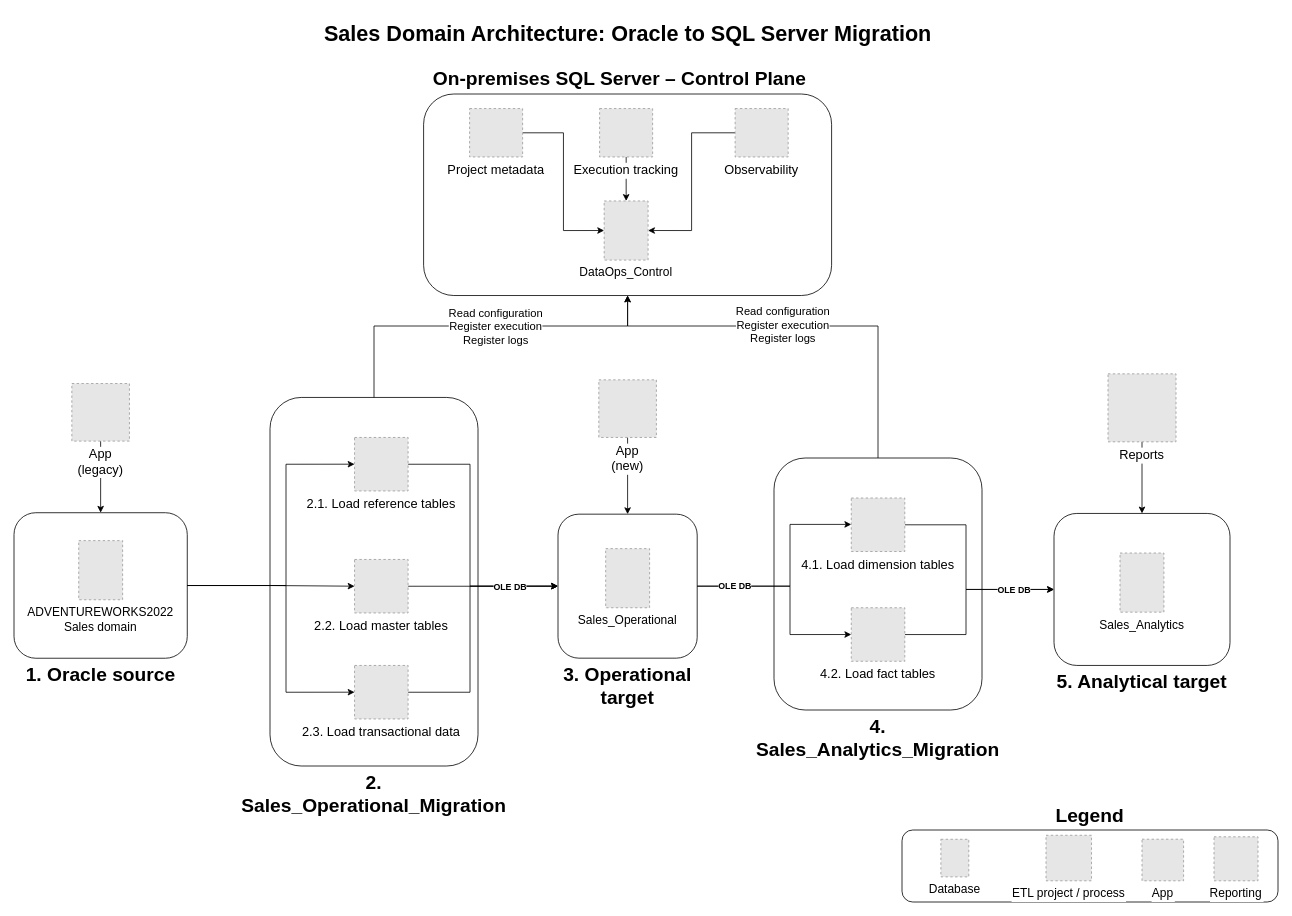
Earlier version of the draw.io diagram on_premise/oracle_mssql_migration/docs/diagrams/data_processing_design.drawio (WilderJoseth/data-engineering-projects). Source tidied: cells renumbered, new cells numbered last; positions are measured from the earlier drawing's top-left corner, leaving out a move shared by most shapes. Both pictures are drawn from the tidied source at 80%, with x=0, y=0 at pixel (14, 14). Pictures stored in the file or linked from it are replaced by grey dashed boxes.
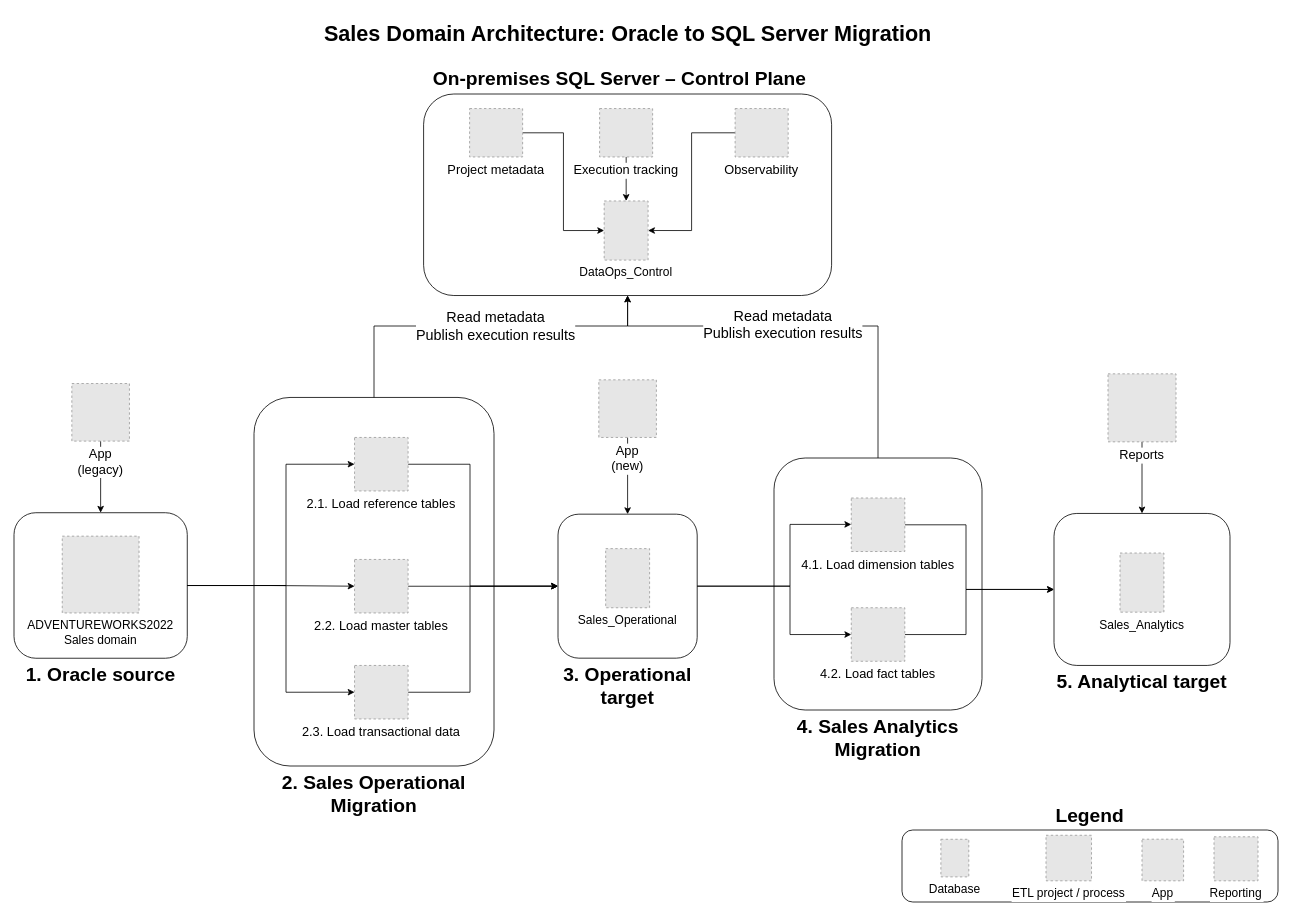
After the change.

Unchanged cells that the change refers to:
```xml
<mxCell id="17" style="edgeStyle=orthogonalEdgeStyle;rounded=0;jettySize=auto;html=1;entryX=0.5;entryY=1;entryDx=0;entryDy=0;" parent="1" edge="1" source="19" target="8">
  <mxGeometry relative="1" as="geometry">
    <Array as="points">
      <mxPoint x="450" y="390" />
      <mxPoint x="767" y="390" />
    </Array>
  </mxGeometry>
</mxCell>
<mxCell id="24" style="edgeStyle=orthogonalEdgeStyle;rounded=0;jettySize=auto;html=1;entryX=0;entryY=0.5;entryDx=0;entryDy=0;" parent="1" edge="1" source="26" target="39">
  <mxGeometry relative="1" as="geometry">
    <Array as="points">
      <mxPoint x="570" y="848" />
      <mxPoint x="570" y="715" />
    </Array>
  </mxGeometry>
</mxCell>
<mxCell id="37" style="edgeStyle=orthogonalEdgeStyle;rounded=0;jettySize=auto;html=1;entryX=0;entryY=0.5;entryDx=0;entryDy=0;" parent="1" edge="1" source="39" target="47">
  <mxGeometry relative="1" as="geometry">
    <Array as="points">
      <mxPoint x="970" y="715" />
      <mxPoint x="970" y="776" />
    </Array>
  </mxGeometry>
</mxCell>
<mxCell id="41" style="edgeStyle=orthogonalEdgeStyle;rounded=0;jettySize=auto;html=1;entryX=0.5;entryY=1;entryDx=0;entryDy=0;" parent="1" edge="1" source="2" target="8">
  <mxGeometry relative="1" as="geometry">
    <Array as="points">
      <mxPoint x="1080" y="390" />
      <mxPoint x="767" y="390" />
    </Array>
  </mxGeometry>
</mxCell>
<mxCell id="45" style="edgeStyle=orthogonalEdgeStyle;rounded=0;jettySize=auto;html=1;entryX=0;entryY=0.5;entryDx=0;entryDy=0;" parent="1" edge="1" source="47" target="7">
  <mxGeometry relative="1" as="geometry">
    <Array as="points">
      <mxPoint x="1190" y="776" />
      <mxPoint x="1190" y="719" />
    </Array>
  </mxGeometry>
</mxCell>
```

What changed in the source:
```diff
@@
-    <mxCell id="2" value="4. Sales_Analytics_Migration" style="rounded=1;whiteSpace=wrap;html=1;fillColor=none;labelPosition=center;verticalLabelPosition=bottom;align=center;verticalAlign=top;fontSize=24;fontStyle=1;" parent="1" vertex="1">
+    <mxCell id="2" value="4. Sales Analytics Migration" style="rounded=1;whiteSpace=wrap;html=1;fillColor=none;labelPosition=center;verticalLabelPosition=bottom;align=center;verticalAlign=top;fontSize=24;fontStyle=1;" parent="1" vertex="1">
       <mxGeometry x="950" y="555" width="260" height="315" as="geometry" />
     </mxCell>
@@
-    <mxCell id="18" value="Read configuration&lt;div&gt;Register execution&lt;/div&gt;&lt;div&gt;Register logs&lt;/div&gt;" style="edgeLabel;html=1;align=center;verticalAlign=middle;fontStyle=0;fontSize=14;" parent="17" vertex="1">
+    <mxCell id="18" value="Read metadata&lt;div&gt;Publish execution results&lt;/div&gt;" style="edgeLabel;html=1;align=center;verticalAlign=middle;fontStyle=0;fontSize=18;" parent="17" vertex="1">
       <mxGeometry y="3" relative="1" as="geometry">
         <mxPoint x="19" y="3" as="offset" />
       </mxGeometry>
     </mxCell>
-    <mxCell id="19" value="2. Sales_Operational_Migration" style="rounded=1;whiteSpace=wrap;html=1;fillColor=none;labelPosition=center;verticalLabelPosition=bottom;align=center;verticalAlign=top;fontSize=24;fontStyle=1;" parent="1" vertex="1">
-      <mxGeometry x="320" y="479.3" width="260" height="460.7" as="geometry" />
+    <mxCell id="19" value="2. Sales Operational Migration" style="rounded=1;whiteSpace=wrap;html=1;fillColor=none;labelPosition=center;verticalLabelPosition=bottom;align=center;verticalAlign=top;fontSize=24;fontStyle=1;" parent="1" vertex="1">
+      <mxGeometry x="300" y="479.3" width="300" height="460.7" as="geometry" />
     </mxCell>
@@
-    <mxCell id="25" value="OLE DB" style="edgeLabel;html=1;align=center;verticalAlign=middle;fontStyle=1;" parent="24" vertex="1">
-      <mxGeometry x="0.59" y="2" relative="1" as="geometry">
-        <mxPoint x="5" y="2" as="offset" />
-      </mxGeometry>
-    </mxCell>
@@
-    <mxCell id="29" value="ADVENTUREWORKS2022&#10;Sales domain" style="fillColor=#E6E6E6;strokeColor=#999999;dashed=1;verticalLabelPosition=bottom;labelBackgroundColor=default;verticalAlign=top;fontSize=15;" parent="1" vertex="1">
-      <mxGeometry x="80.9" y="658.3" width="54.9" height="73.9" as="geometry" />
-    </mxCell>
@@
-    <mxCell id="38" value="OLE DB" style="edgeLabel;html=1;align=center;verticalAlign=middle;fontStyle=1;" parent="37" vertex="1">
-      <mxGeometry x="-0.75" y="2" relative="1" as="geometry">
-        <mxPoint x="14" y="1" as="offset" />
-      </mxGeometry>
-    </mxCell>
@@
-    <mxCell id="42" value="&lt;span style=&quot;&quot;&gt;Read configuration&lt;/span&gt;&lt;div style=&quot;&quot;&gt;Register execution&lt;/div&gt;&lt;div style=&quot;&quot;&gt;Register logs&lt;/div&gt;" style="edgeLabel;html=1;align=center;verticalAlign=middle;fontSize=14;fontStyle=0;" parent="41" vertex="1">
+    <mxCell id="42" value="&lt;span&gt;Read metadata&lt;/span&gt;&lt;div&gt;Publish execution results&lt;/div&gt;" style="edgeLabel;html=1;align=center;verticalAlign=middle;fontSize=18;fontStyle=0;" parent="41" vertex="1">
       <mxGeometry x="0.15" y="-2" relative="1" as="geometry">
         <mxPoint x="12" as="offset" />
       </mxGeometry>
     </mxCell>
@@
-    <mxCell id="46" value="OLE DB" style="edgeLabel;html=1;align=center;verticalAlign=middle;fontStyle=1;" parent="45" vertex="1">
-      <mxGeometry x="0.67" y="2" relative="1" as="geometry">
-        <mxPoint x="-11" y="2" as="offset" />
-      </mxGeometry>
-    </mxCell>
@@
+    <mxCell id="29" value="ADVENTUREWORKS2022&#10;Sales domain" style="fillColor=#E6E6E6;strokeColor=#999999;dashed=1;verticalLabelPosition=bottom;labelBackgroundColor=default;verticalAlign=top;fontSize=15;" parent="1" vertex="1">
+      <mxGeometry x="60.3" y="652.7" width="96" height="96" as="geometry" />
+    </mxCell>
```
